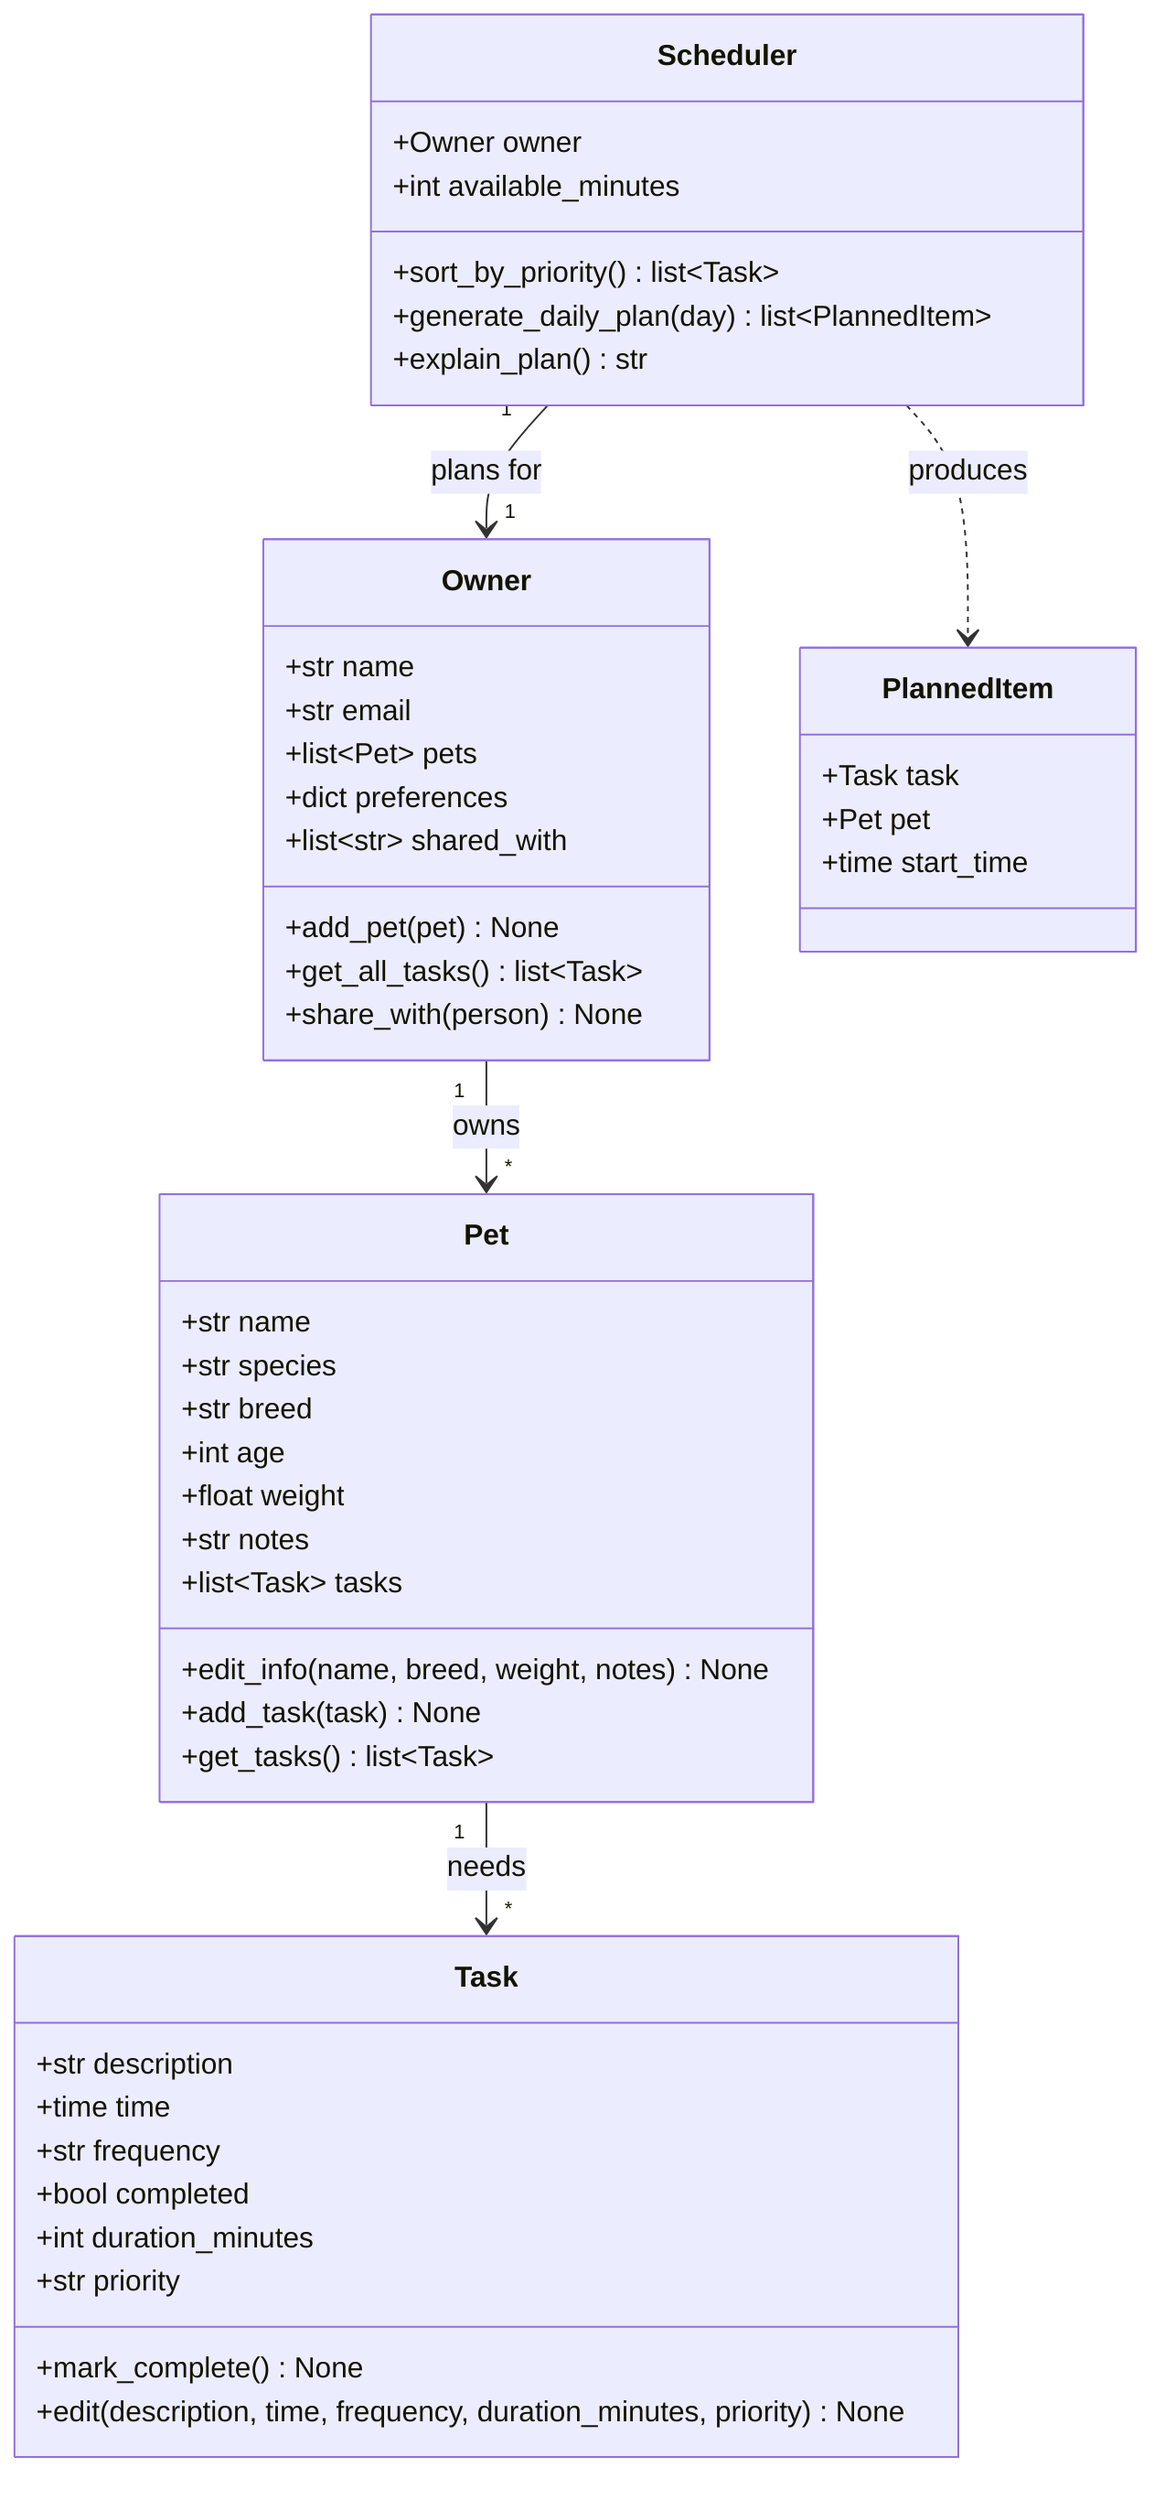
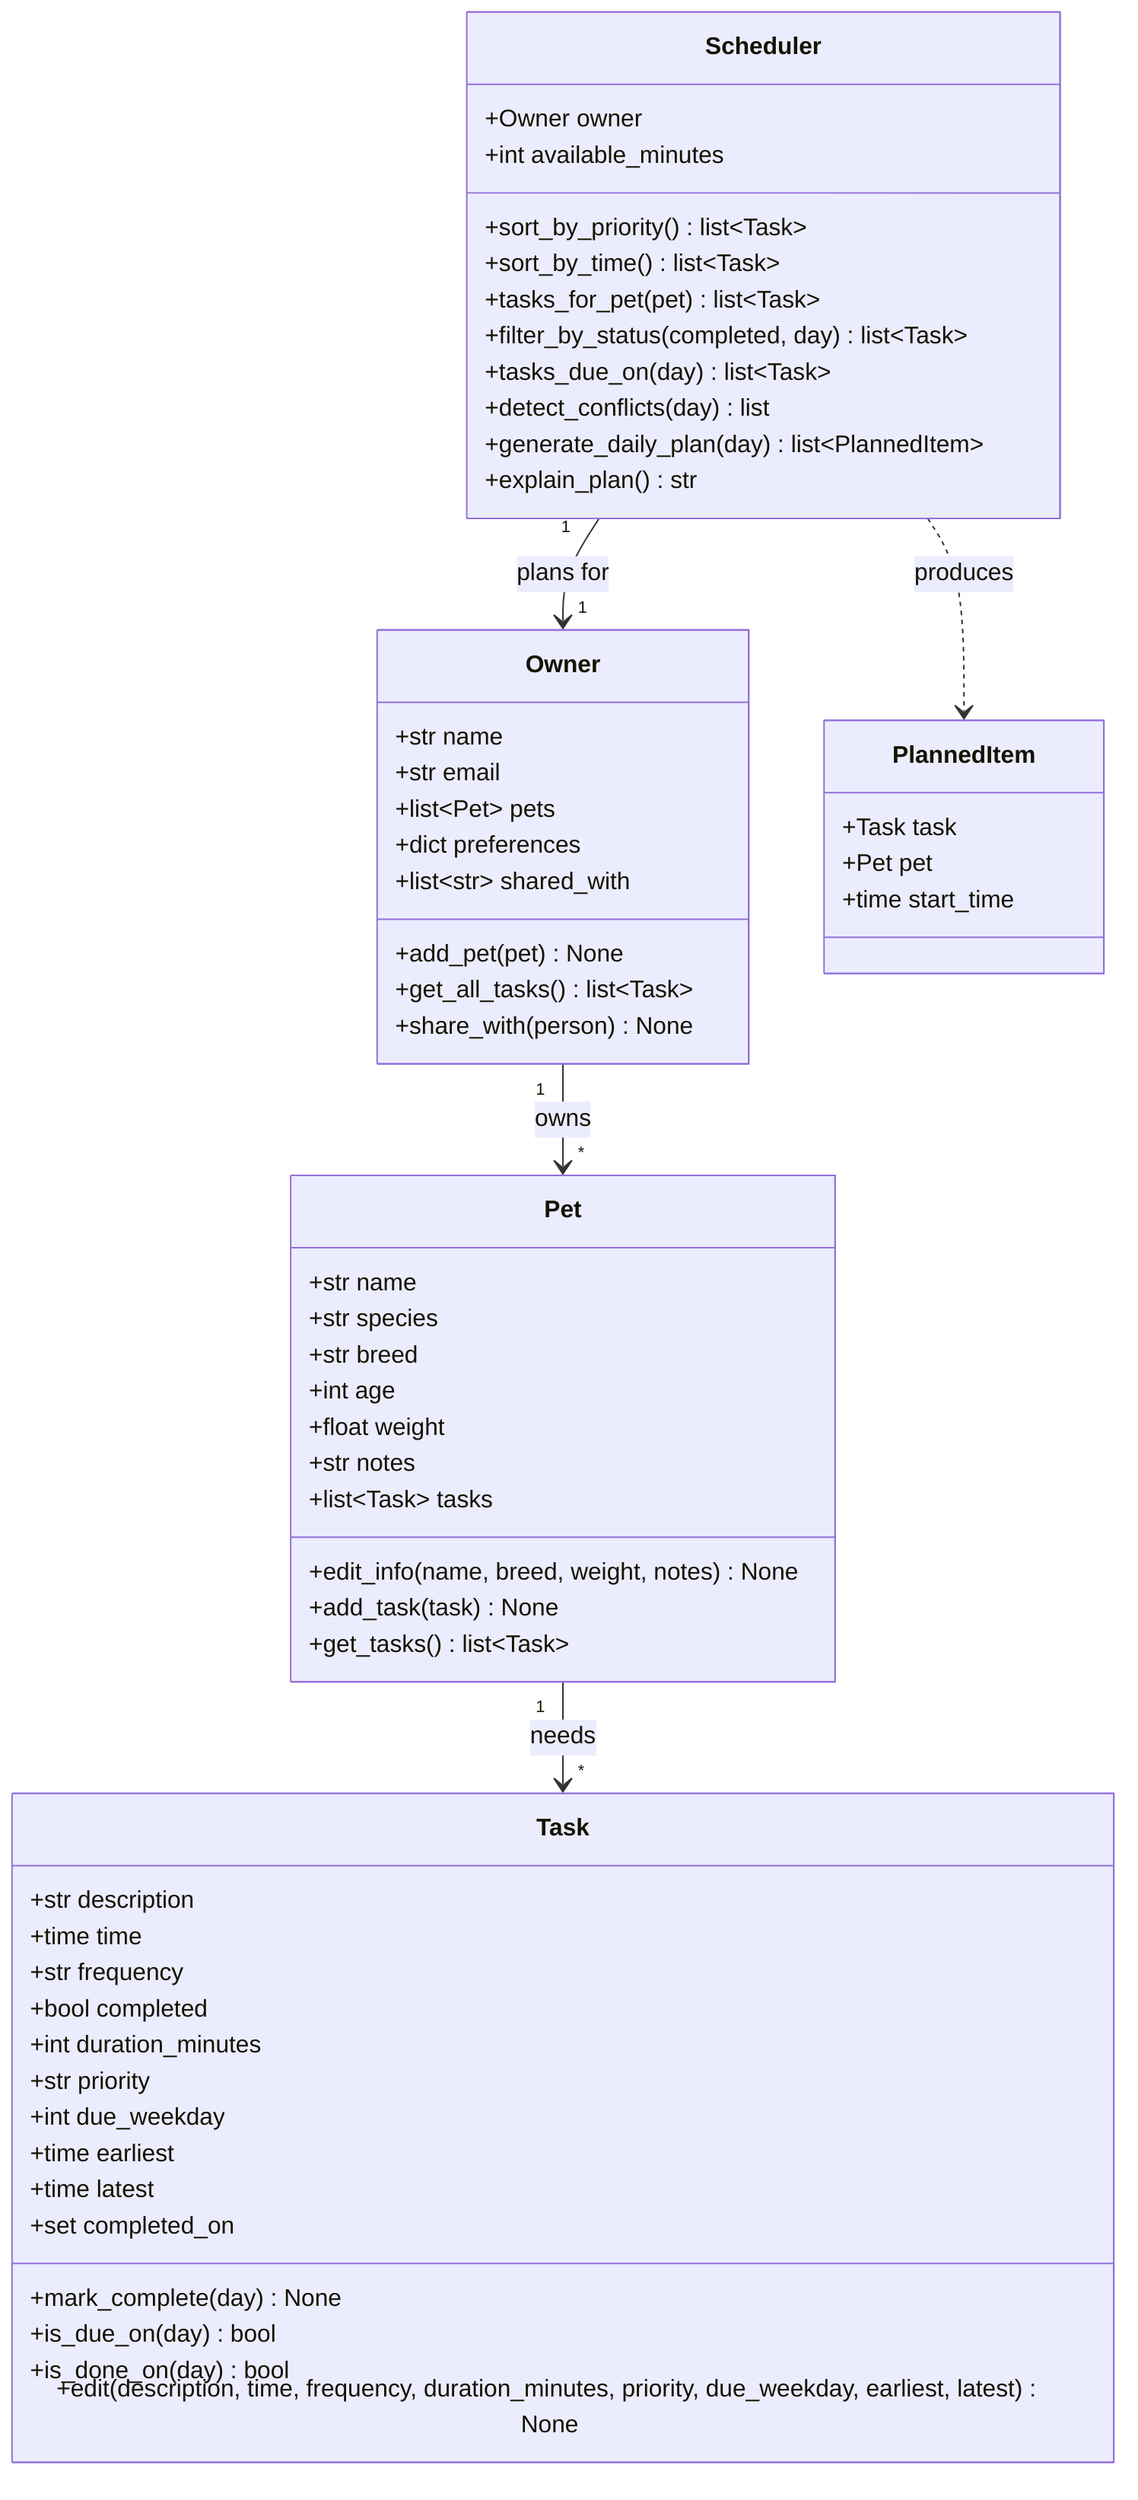
classDiagram
    %% PawPal+ class diagram — four core classes
    %% Keep this file updated so it matches your final implementation.

    %% Task: a single activity — description, time, frequency, completion status.
    %% A fixed `time` means it's anchored; time = None means the Scheduler places it.
    class Task {
        +str description
        +time time
        +str frequency
        +bool completed
        +int duration_minutes
        +str priority
-         +mark_complete() None
-         +edit(description, time, frequency, duration_minutes, priority) None
+         +int due_weekday
+         +time earliest
+         +time latest
+         +set completed_on
+         +mark_complete(day) None
+         +is_due_on(day) bool
+         +is_done_on(day) bool
+         +edit(description, time, frequency, duration_minutes, priority, due_weekday, earliest, latest) None
    }

    %% Pet: pet details plus the list of tasks it needs.
    class Pet {
        +str name
        +str species
        +str breed
        +int age
        +float weight
        +str notes
        +list~Task~ tasks
        +edit_info(name, breed, weight, notes) None
        +add_task(task) None
        +get_tasks() list~Task~
    }

    %% Owner: manages multiple pets and provides access to all their tasks.
    class Owner {
        +str name
        +str email
        +list~Pet~ pets
        +dict preferences
        +list~str~ shared_with
        +add_pet(pet) None
        +get_all_tasks() list~Task~
        +share_with(person) None
    }

    %% Scheduler: the brain — retrieves, organizes, and plans tasks across pets.
    class Scheduler {
        +Owner owner
        +int available_minutes
        +sort_by_priority() list~Task~
+         +sort_by_time() list~Task~
+         +tasks_for_pet(pet) list~Task~
+         +filter_by_status(completed, day) list~Task~
+         +tasks_due_on(day) list~Task~
+         +detect_conflicts(day) list
        +generate_daily_plan(day) list~PlannedItem~
        +explain_plan() str
    }

    %% PlannedItem: one placed entry in a generated plan (helper record).
    class PlannedItem {
        +Task task
        +Pet pet
        +time start_time
    }

    Owner "1" --> "*" Pet : owns
    Pet "1" --> "*" Task : needs
    Scheduler "1" --> "1" Owner : plans for
    Scheduler ..> PlannedItem : produces
